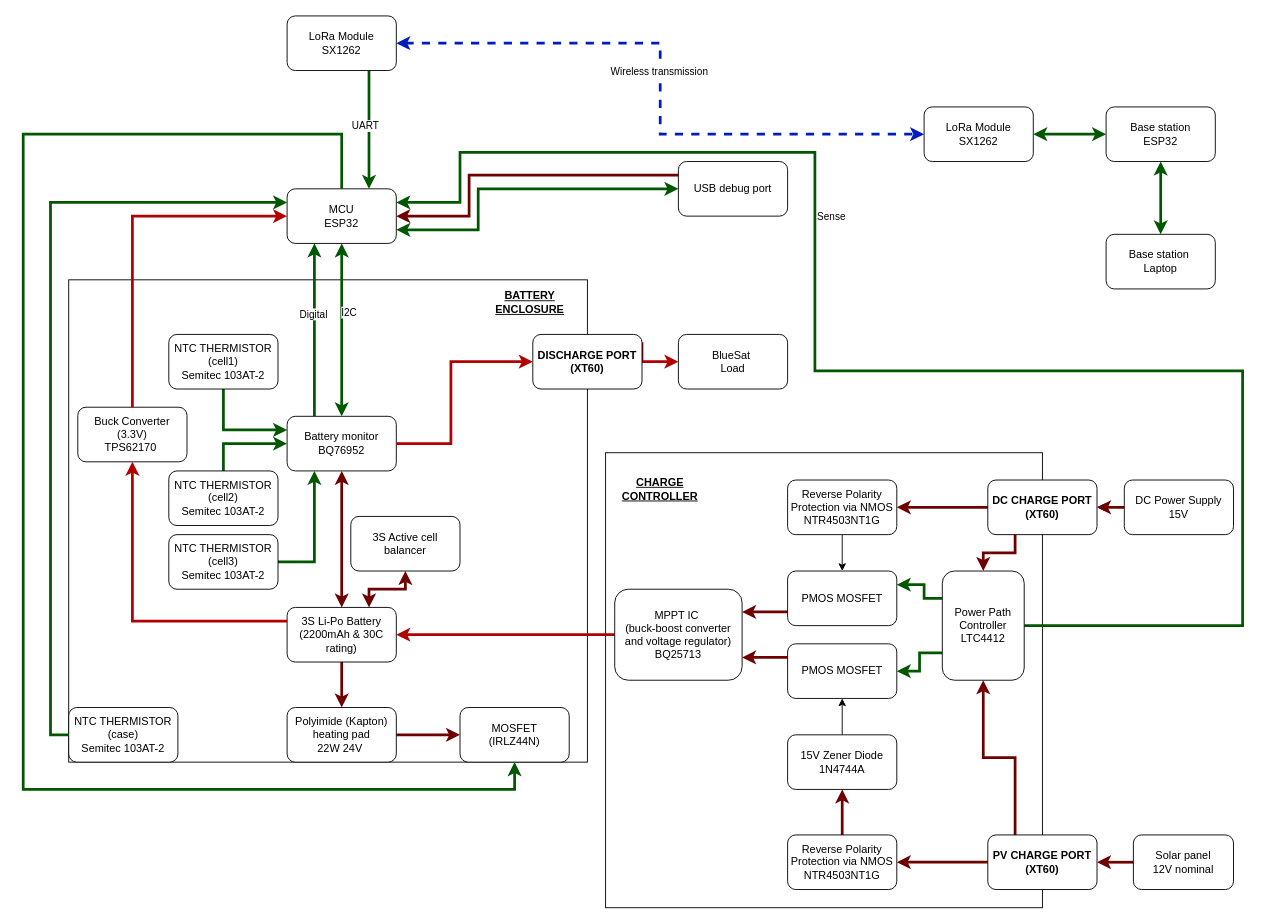
Before: Felix_DRAFT_BMS_ELEC3117.drawio in Chainsawfelix/ELEC3117-BLUESAT, a draw.io diagram. Source tidied: cells renumbered, new cells numbered last; positions are measured from the earlier drawing's top-left corner, leaving out a move shared by most shapes. Both pictures are drawn from the tidied source at 91%, with x=0, y=0 at pixel (23, 15).
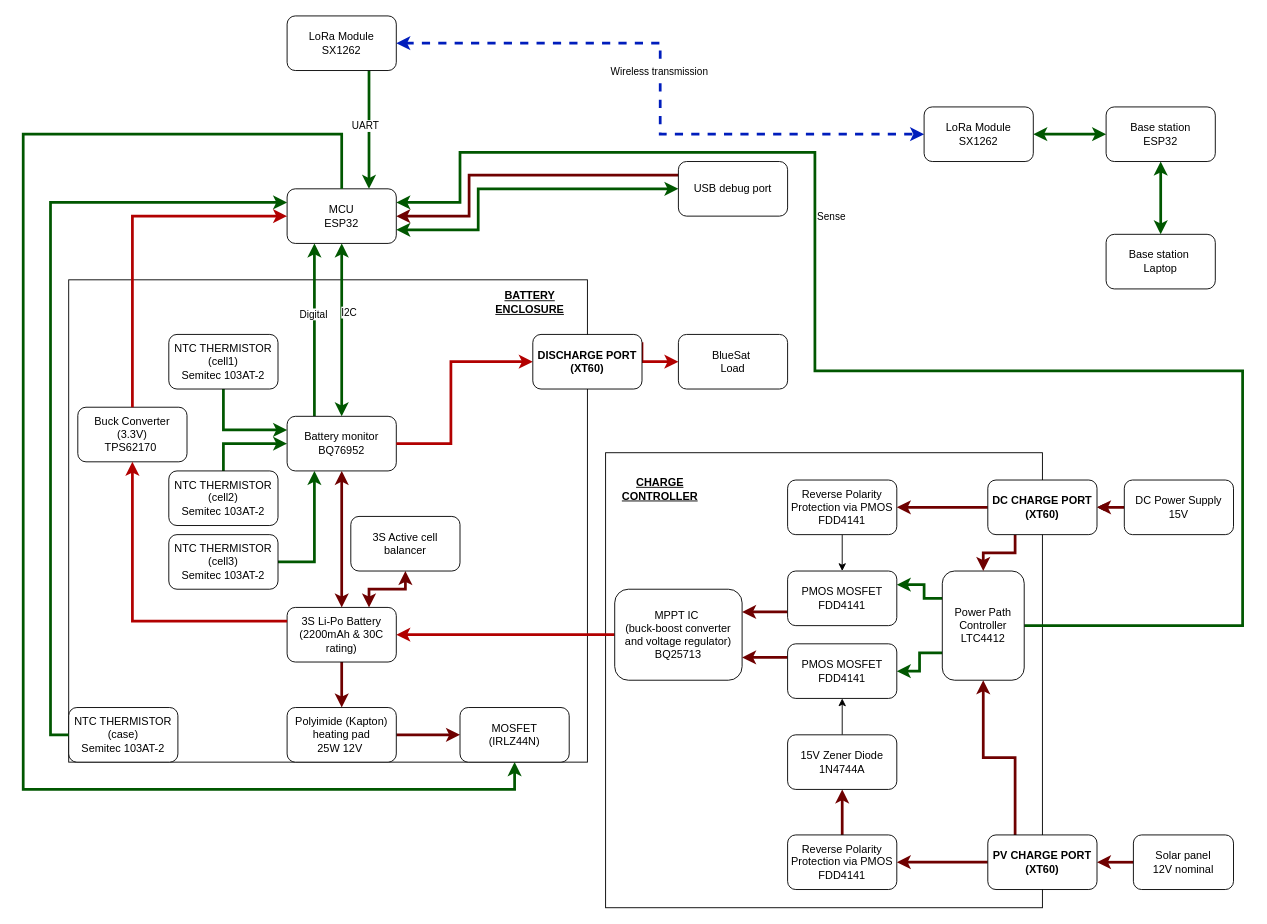
The same page after the edit.

Change to the diagram source:
```diff
@@
-    <mxCell id="30" value="Reverse Polarity&lt;br&gt;Protection via NMOS&lt;br&gt;NTR4503NT1G" style="rounded=1;whiteSpace=wrap;html=1;" parent="1" vertex="1">
+    <mxCell id="30" value="Reverse Polarity&lt;br&gt;Protection via PMOS&lt;br&gt;FDD4141" style="rounded=1;whiteSpace=wrap;html=1;" parent="1" vertex="1">
       <mxGeometry x="840" y="900" width="120" height="60" as="geometry" />
     </mxCell>
@@
-    <mxCell id="43" value="Polyimide (Kapton) heating pad&lt;br&gt;22W 24V&amp;nbsp;" style="rounded=1;whiteSpace=wrap;html=1;" parent="1" vertex="1">
+    <mxCell id="43" value="Polyimide (Kapton) heating pad&lt;br&gt;25W 12V&amp;nbsp;" style="rounded=1;whiteSpace=wrap;html=1;" parent="1" vertex="1">
       <mxGeometry x="290" y="760" width="120" height="60" as="geometry" />
     </mxCell>
@@
-    <mxCell id="61" value="Reverse Polarity&lt;br&gt;Protection via NMOS&lt;br&gt;NTR4503NT1G" style="rounded=1;whiteSpace=wrap;html=1;" parent="1" vertex="1">
+    <mxCell id="61" value="Reverse Polarity&lt;br&gt;Protection via PMOS&lt;br&gt;FDD4141" style="rounded=1;whiteSpace=wrap;html=1;" parent="1" vertex="1">
       <mxGeometry x="840" y="510" width="120" height="60" as="geometry" />
     </mxCell>
@@
-    <mxCell id="74" value="PMOS MOSFET" style="rounded=1;whiteSpace=wrap;html=1;" parent="1" vertex="1">
+    <mxCell id="74" value="PMOS MOSFET&lt;br&gt;FDD4141" style="rounded=1;whiteSpace=wrap;html=1;" parent="1" vertex="1">
       <mxGeometry x="840" y="610" width="120" height="60" as="geometry" />
     </mxCell>
@@
-    <mxCell id="76" value="PMOS MOSFET" style="rounded=1;whiteSpace=wrap;html=1;" parent="1" vertex="1">
+    <mxCell id="76" value="PMOS MOSFET&lt;br&gt;FDD4141" style="rounded=1;whiteSpace=wrap;html=1;" parent="1" vertex="1">
       <mxGeometry x="840" y="690" width="120" height="60" as="geometry" />
     </mxCell>
```
